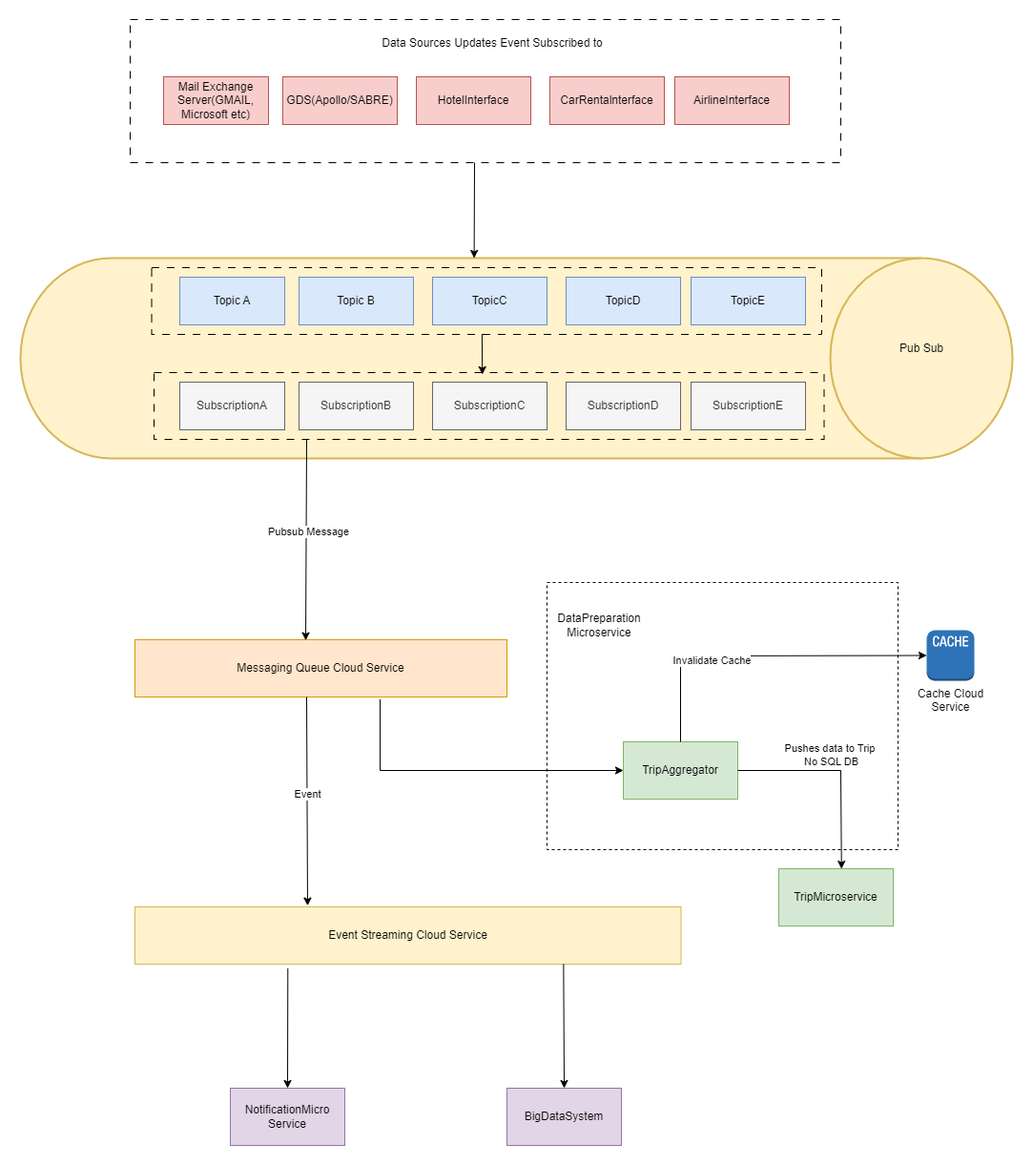
Above: Diagrams/IndividualComponentDiagrams/DataUpdatesConsumer.drawio.png in beyond-blueprints/arch-katas-2023 (draw.io), before the change. Source tidied: cells renumbered, new cells last; positions are measured from the earlier drawing's top-left corner, leaving out a move shared by most shapes.
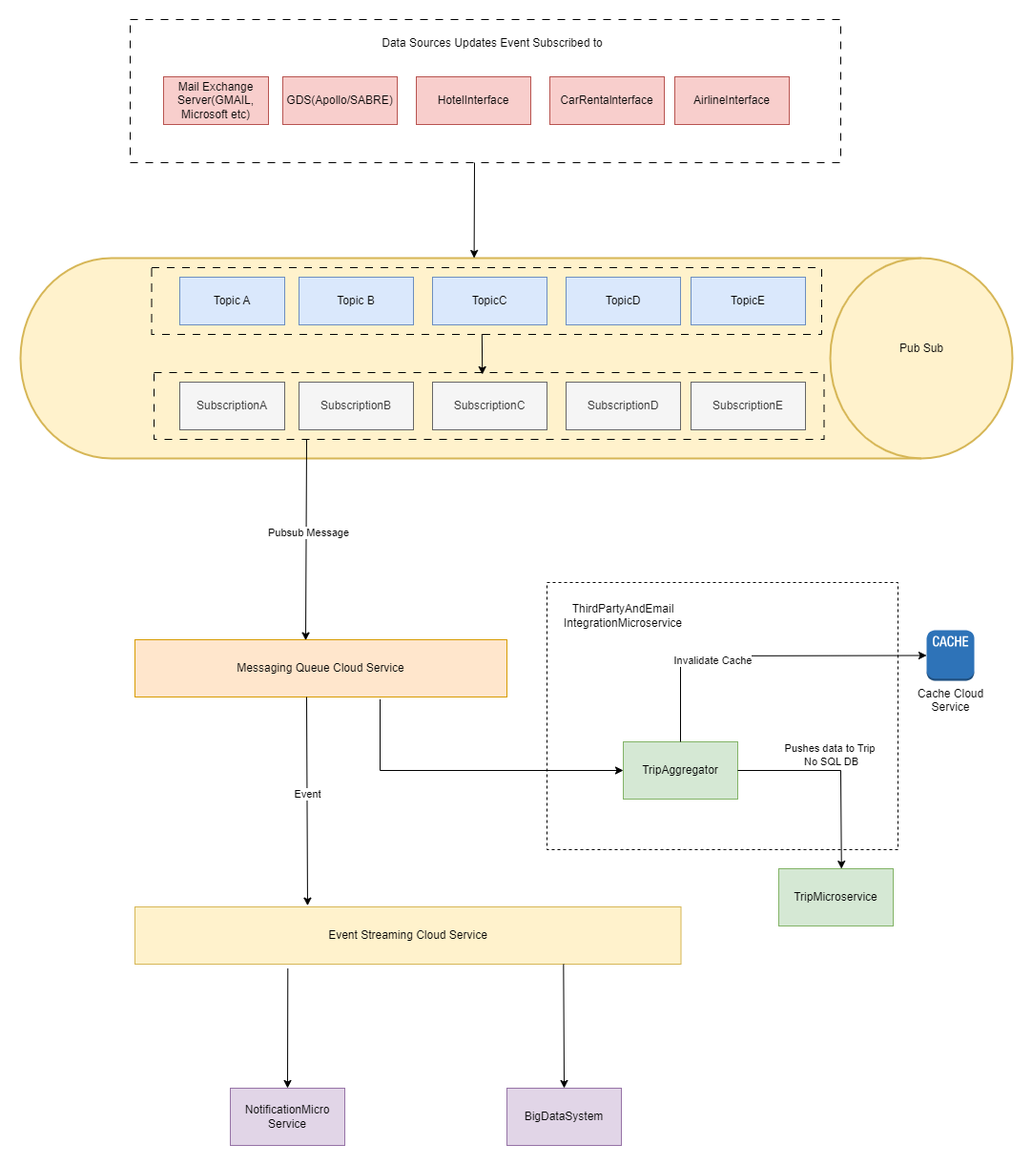
The same file after the commit.

The edit, as a diff of the source:
```diff
@@ -136,8 +136,8 @@
         <mxPoint x="569.3" y="990" as="sourcePoint" />
       </mxGeometry>
     </mxCell>
-    <mxCell id="40" value="DataPreparation&lt;br&gt;Microservice" style="text;html=1;strokeColor=none;fillColor=none;align=center;verticalAlign=middle;whiteSpace=wrap;rounded=0;" parent="1" vertex="1">
-      <mxGeometry x="577" y="620" width="60" height="30" as="geometry" />
+    <mxCell id="40" value="ThirdPartyAndEmail&lt;br&gt;IntegrationMicroservice" style="text;html=1;strokeColor=none;fillColor=none;align=center;verticalAlign=middle;whiteSpace=wrap;rounded=0;" parent="1" vertex="1">
+      <mxGeometry x="602" y="610" width="60" height="30" as="geometry" />
     </mxCell>
     <mxCell id="41" style="endArrow=classic;html=1;rounded=0;exitX=0.659;exitY=1.041;exitDx=0;exitDy=0;exitPerimeter=0;entryX=0;entryY=0.5;entryDx=0;entryDy=0;" parent="1" edge="1" source="12" target="13">
       <mxGeometry relative="1" as="geometry">
```
